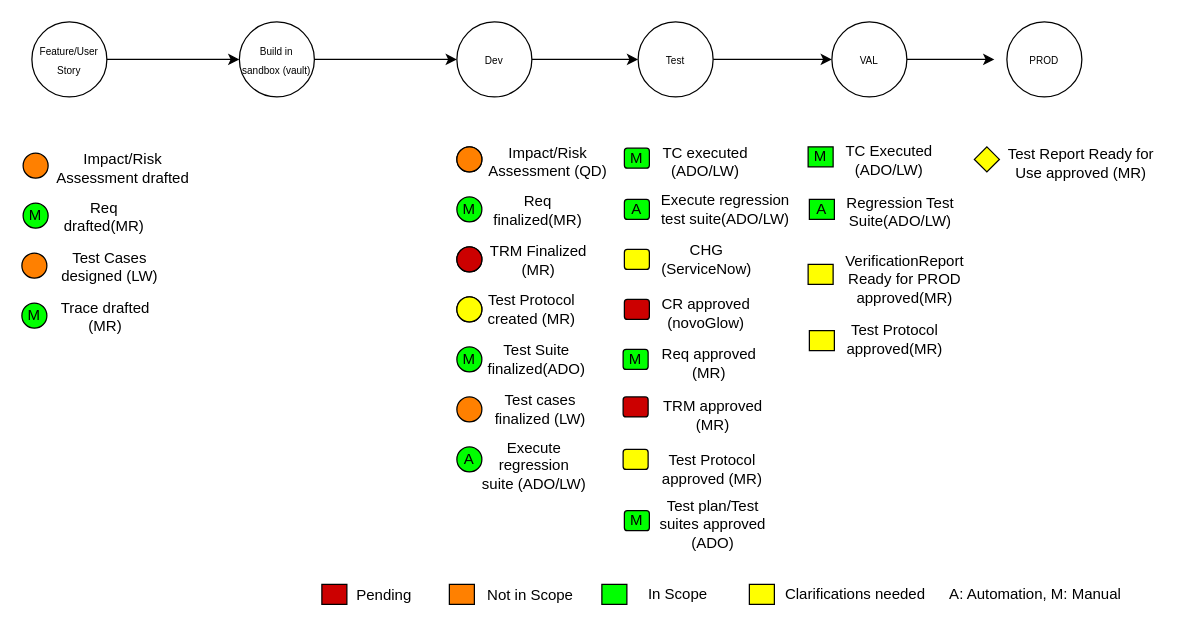
Earlier version of the draw.io diagram hpalmtoado2.drawio (surajnaik90/Architectures-Designs). Source tidied: cells renumbered, new cells numbered last; positions are measured from the earlier drawing's top-left corner, leaving out a move shared by most shapes. Both pictures are drawn from the tidied source at 125%, with x=0, y=0 at pixel (21, 21).
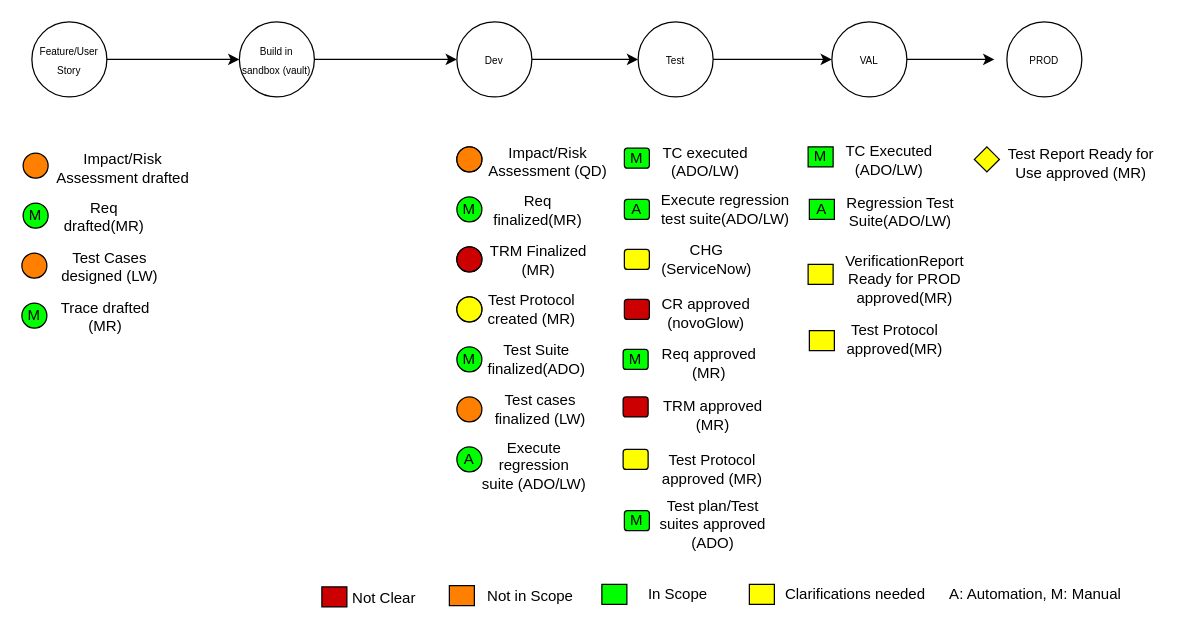
Above is the later version.

Diff of the diagram source:
```diff
@@
     <mxCell id="57" style="rounded=1;whiteSpace=wrap;html=1;fillColor=#FF8000;arcSize=0;" parent="1" vertex="1">
-      <mxGeometry x="342" y="450" width="20" height="16" as="geometry" />
+      <mxGeometry x="342" y="451" width="20" height="16" as="geometry" />
     </mxCell>
     <mxCell id="58" value="Not in Scope" style="text;html=1;strokeColor=none;fillColor=none;align=center;verticalAlign=middle;whiteSpace=wrap;rounded=0;" parent="1" vertex="1">
-      <mxGeometry x="367" y="444" width="80" height="30" as="geometry" />
+      <mxGeometry x="367" y="445" width="80" height="30" as="geometry" />
     </mxCell>
@@
     <mxCell id="63" style="rounded=1;whiteSpace=wrap;html=1;fillColor=#CC0000;arcSize=0;" parent="1" vertex="1">
-      <mxGeometry x="240" y="450" width="20" height="16" as="geometry" />
+      <mxGeometry x="240" y="452" width="20" height="16" as="geometry" />
     </mxCell>
-    <mxCell id="64" value="Pending" style="text;html=1;strokeColor=none;fillColor=none;align=center;verticalAlign=middle;whiteSpace=wrap;rounded=0;" parent="1" vertex="1">
-      <mxGeometry x="250" y="444" width="80" height="30" as="geometry" />
+    <mxCell id="64" value="Not Clear" style="text;html=1;strokeColor=none;fillColor=none;align=center;verticalAlign=middle;whiteSpace=wrap;rounded=0;" parent="1" vertex="1">
+      <mxGeometry x="250" y="446" width="80" height="30" as="geometry" />
     </mxCell>
```
